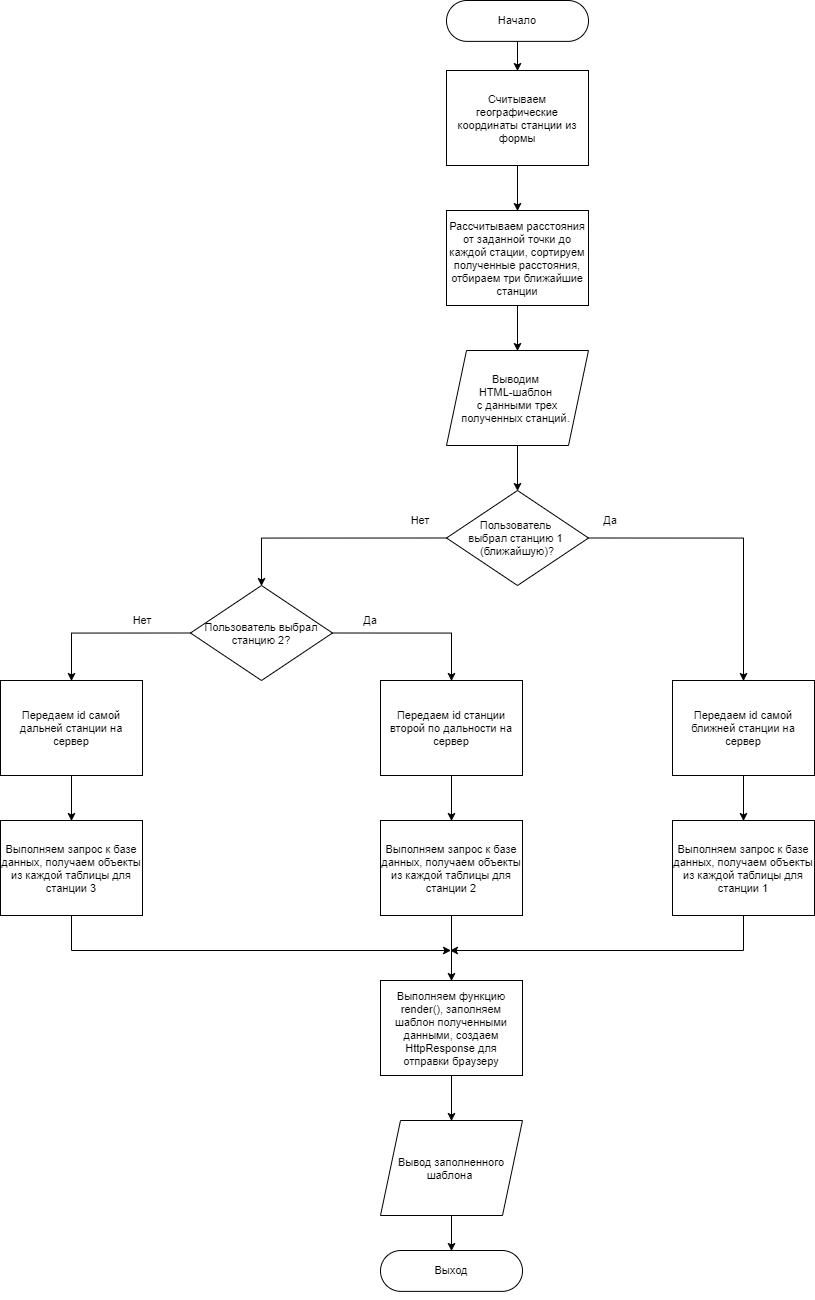
Above: coord.png in Sofya99/Diplom (draw.io), before the change. Source tidied: cells renumbered, new cells last; positions are measured from the earlier drawing's top-left corner, leaving out a move shared by most shapes.
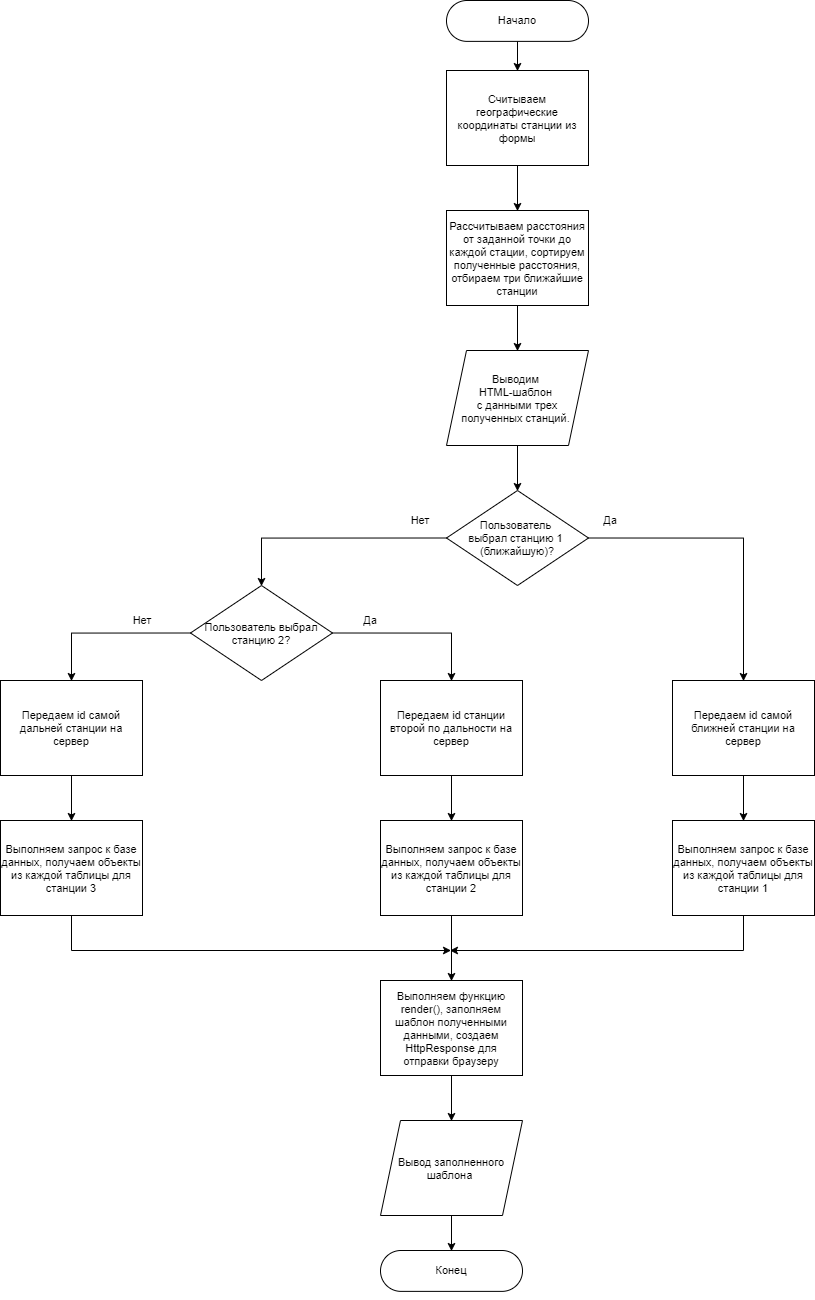
After the change.

Change to the diagram source:
```diff
@@ -20,7 +20,7 @@
     <mxCell id="7" value="Пользователь &lt;br&gt;выбрал станцию 1 &lt;br&gt;(ближайшую)?" style="rhombus;whiteSpace=wrap;html=1;strokeWidth=0.5;fontSize=11;" parent="1" vertex="1">
       <mxGeometry x="446" y="490" width="142" height="95" as="geometry" />
     </mxCell>
-    <mxCell id="8" value="Выход" style="rounded=1;whiteSpace=wrap;html=1;strokeWidth=0.5;fontSize=11;arcSize=50;" parent="1" vertex="1">
+    <mxCell id="8" value="Конец" style="rounded=1;whiteSpace=wrap;html=1;strokeWidth=0.5;fontSize=11;arcSize=50;" parent="1" vertex="1">
       <mxGeometry x="380" y="1250" width="142" height="40.9" as="geometry" />
     </mxCell>
     <mxCell id="9" style="endArrow=classic;html=1;exitX=0.5;exitY=1;exitDx=0;exitDy=0;strokeWidth=0.5;fontSize=11;" parent="1" edge="1" source="2">
```
